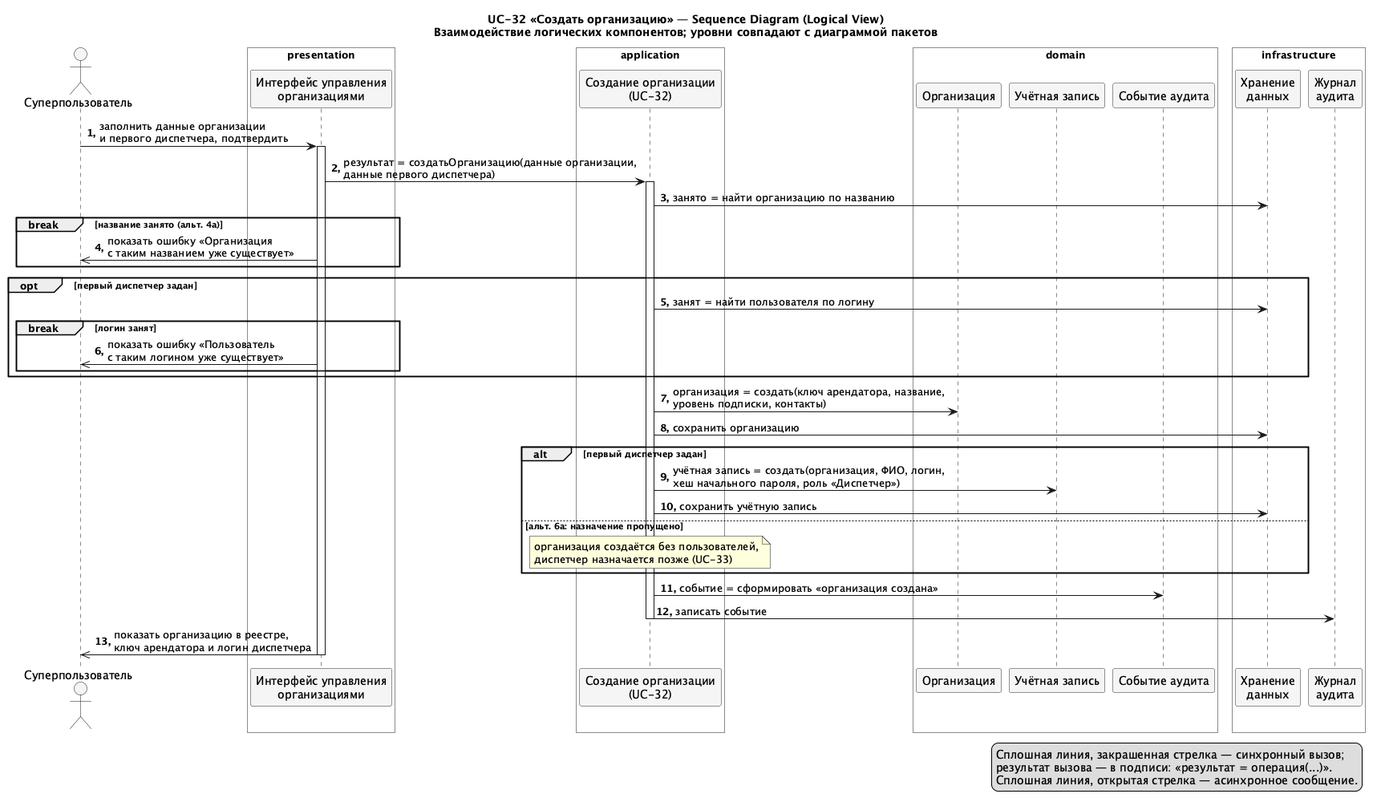
granikartem/MPI keeps this PlantUML diagram as docs/diagrams/out/SEQ_UC32_LogicalView.png. Above is the earlier version. Source of this version:
```plantuml
@startuml SEQ_UC32_LogicalView
skinparam shadowing false
skinparam sequenceMessageAlign left
skinparam ParticipantBackgroundColor #F5F5F5
skinparam ParticipantBorderColor #333333
skinparam ActorBackgroundColor #F5F5F5
skinparam BoxPadding 8

title UC-32 «Создать организацию» — Sequence Diagram (Logical View)\nВзаимодействие логических компонентов; уровни совпадают с диаграммой пакетов

actor "Суперпользователь" as SU

box "presentation" #FDFDFD
  participant "Интерфейс управления\nорганизациями" as PRES
end box

box "application" #FDFDFD
  participant "Создание организации\n(UC-32)" as APP
end box

box "domain" #FDFDFD
  participant "Организация" as ORG
  participant "Учётная запись" as USR
  participant "Событие аудита" as EVT
end box

box "infrastructure" #FDFDFD
  participant "Хранение\nданных" as STORE
  participant "Журнал\nаудита" as AUDIT
end box

autonumber "<b>0."
SU -> PRES : заполнить данные организации\nи первого диспетчера, подтвердить
activate PRES
PRES -> APP : результат = создатьОрганизацию(данные организации,\nданные первого диспетчера)
activate APP

APP -> STORE : занято = найти организацию по названию
break название занято (альт. 4а)
  PRES ->> SU : показать ошибку «Организация\nс таким названием уже существует»
end

opt первый диспетчер задан
  APP -> STORE : занят = найти пользователя по логину
  break логин занят
    PRES ->> SU : показать ошибку «Пользователь\nс таким логином уже существует»
  end
end

APP -> ORG : организация = создать(ключ арендатора, название,\nуровень подписки, контакты)
APP -> STORE : сохранить организацию

alt первый диспетчер задан
  APP -> USR : учётная запись = создать(организация, ФИО, логин,\nхеш начального пароля, роль «Диспетчер»)
  APP -> STORE : сохранить учётную запись
else альт. 6а: назначение пропущено
  note over APP : организация создаётся без пользователей,\nдиспетчер назначается позже (UC-33)
end

APP -> EVT : событие = сформировать «организация создана»
APP -> AUDIT : записать событие
deactivate APP

PRES ->> SU : показать организацию в реестре,\nключ арендатора и логин диспетчера
deactivate PRES

legend right
  Сплошная линия, закрашенная стрелка — синхронный вызов;
  результат вызова — в подписи: «результат = операция(...)».
  Сплошная линия, открытая стрелка — асинхронное сообщение.
endlegend
@enduml
```
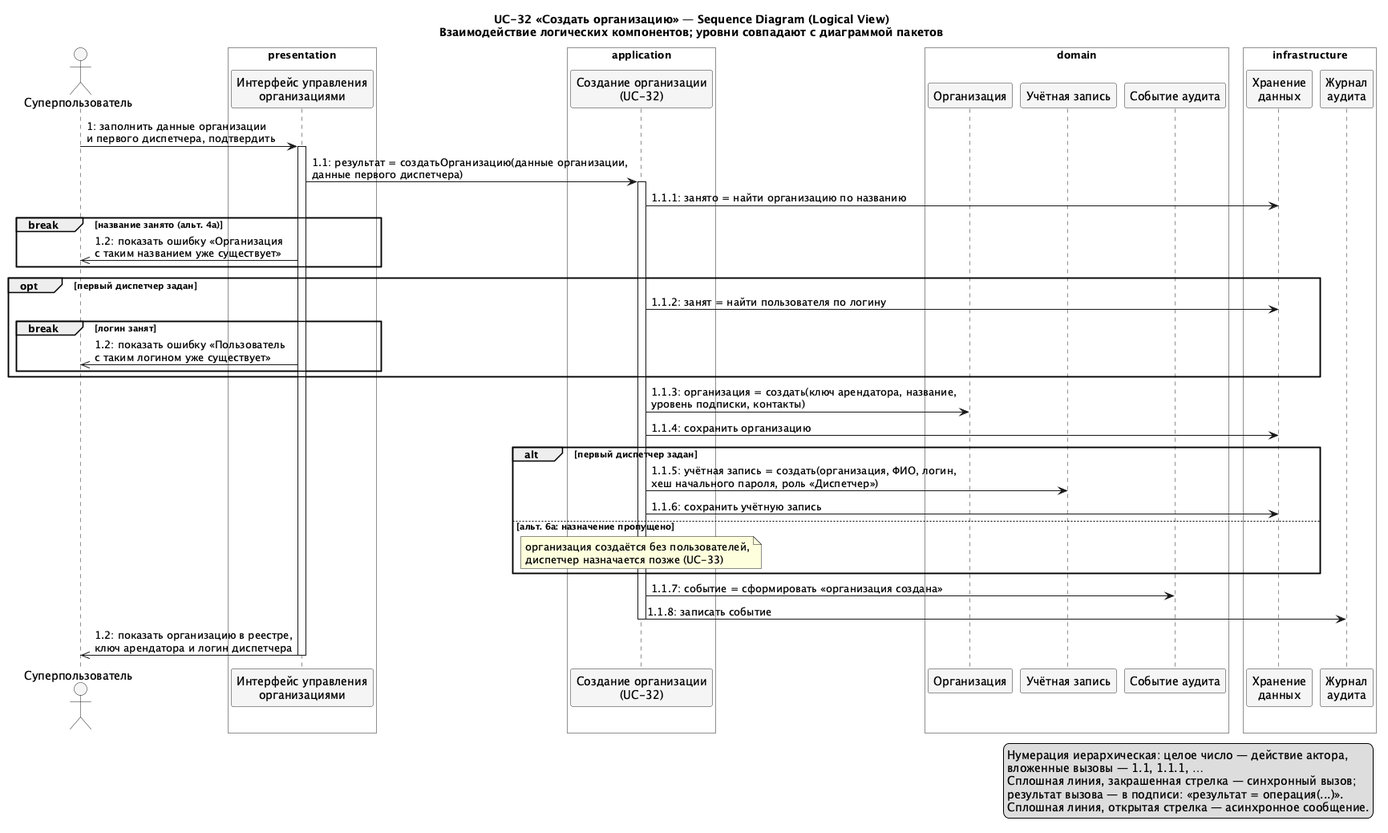
The same diagram one commit later.

Diff of the diagram source:
```diff
@@ -29,42 +29,43 @@
   participant "Журнал\nаудита" as AUDIT
 end box
 
-autonumber "<b>0."
-SU -> PRES : заполнить данные организации\nи первого диспетчера, подтвердить
+SU -> PRES : 1: заполнить данные организации\nи первого диспетчера, подтвердить
 activate PRES
-PRES -> APP : результат = создатьОрганизацию(данные организации,\nданные первого диспетчера)
+PRES -> APP : 1.1: результат = создатьОрганизацию(данные организации,\nданные первого диспетчера)
 activate APP
 
-APP -> STORE : занято = найти организацию по названию
+APP -> STORE : 1.1.1: занято = найти организацию по названию
 break название занято (альт. 4а)
-  PRES ->> SU : показать ошибку «Организация\nс таким названием уже существует»
+  PRES ->> SU : 1.2: показать ошибку «Организация\nс таким названием уже существует»
 end
 
 opt первый диспетчер задан
-  APP -> STORE : занят = найти пользователя по логину
+  APP -> STORE : 1.1.2: занят = найти пользователя по логину
   break логин занят
-    PRES ->> SU : показать ошибку «Пользователь\nс таким логином уже существует»
+    PRES ->> SU : 1.2: показать ошибку «Пользователь\nс таким логином уже существует»
   end
 end
 
-APP -> ORG : организация = создать(ключ арендатора, название,\nуровень подписки, контакты)
-APP -> STORE : сохранить организацию
+APP -> ORG : 1.1.3: организация = создать(ключ арендатора, название,\nуровень подписки, контакты)
+APP -> STORE : 1.1.4: сохранить организацию
 
 alt первый диспетчер задан
-  APP -> USR : учётная запись = создать(организация, ФИО, логин,\nхеш начального пароля, роль «Диспетчер»)
-  APP -> STORE : сохранить учётную запись
+  APP -> USR : 1.1.5: учётная запись = создать(организация, ФИО, логин,\nхеш начального пароля, роль «Диспетчер»)
+  APP -> STORE : 1.1.6: сохранить учётную запись
 else альт. 6а: назначение пропущено
   note over APP : организация создаётся без пользователей,\nдиспетчер назначается позже (UC-33)
 end
 
-APP -> EVT : событие = сформировать «организация создана»
-APP -> AUDIT : записать событие
+APP -> EVT : 1.1.7: событие = сформировать «организация создана»
+APP -> AUDIT : 1.1.8: записать событие
 deactivate APP
 
-PRES ->> SU : показать организацию в реестре,\nключ арендатора и логин диспетчера
+PRES ->> SU : 1.2: показать организацию в реестре,\nключ арендатора и логин диспетчера
 deactivate PRES
 
 legend right
+  Нумерация иерархическая: целое число — действие актора,
+  вложенные вызовы — 1.1, 1.1.1, …
   Сплошная линия, закрашенная стрелка — синхронный вызов;
   результат вызова — в подписи: «результат = операция(...)».
   Сплошная линия, открытая стрелка — асинхронное сообщение.
```
